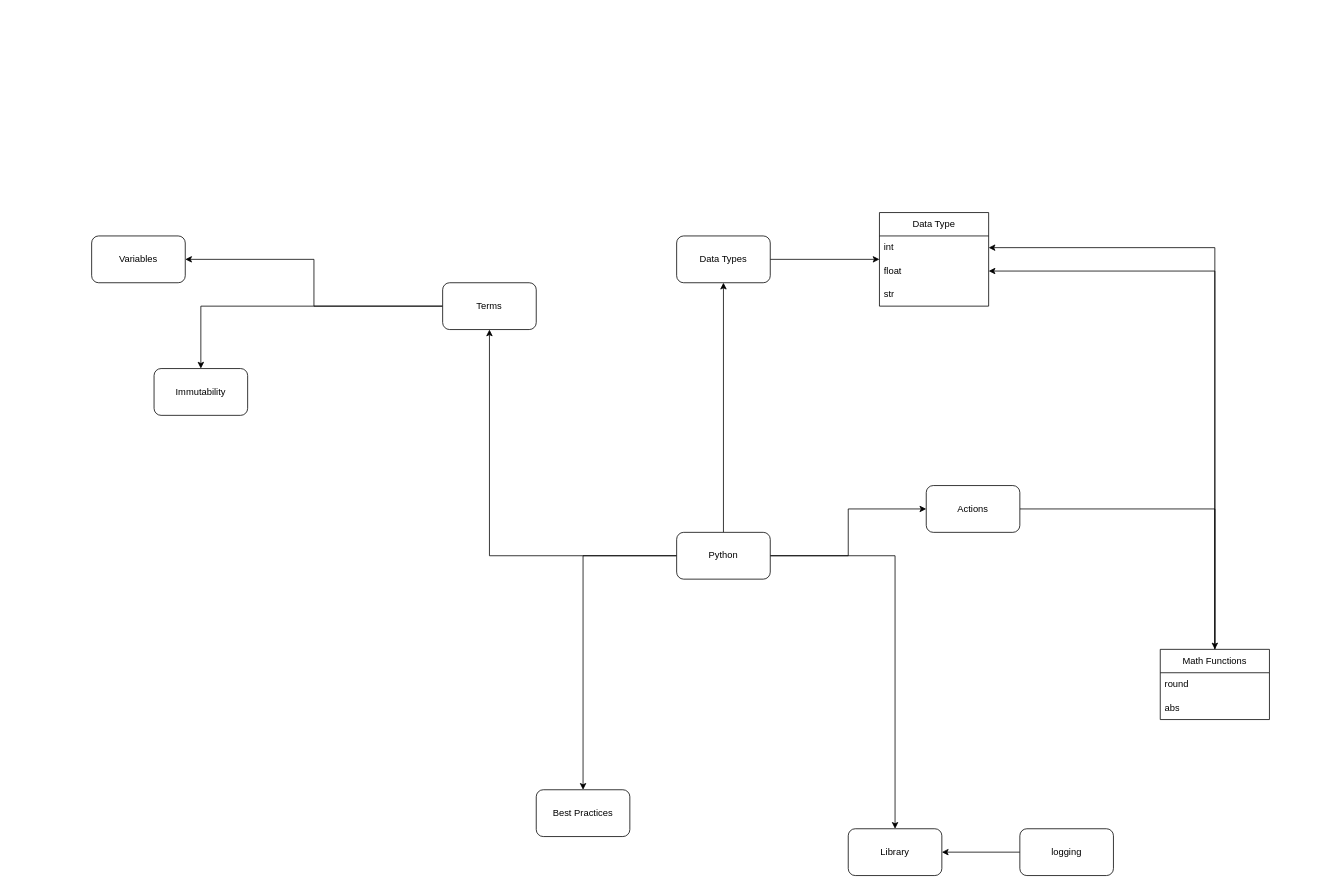
Earlier version of the draw.io diagram page "map" (2 of 2) of python/python.drawio (Mini-Pingu/math_physics). Source tidied: cells renumbered, new cells numbered last; positions are measured from the earlier drawing's top-left corner, leaving out a move shared by most shapes. Both pictures are drawn from the tidied source at 78%, with x=0, y=0 at pixel (91, 212).
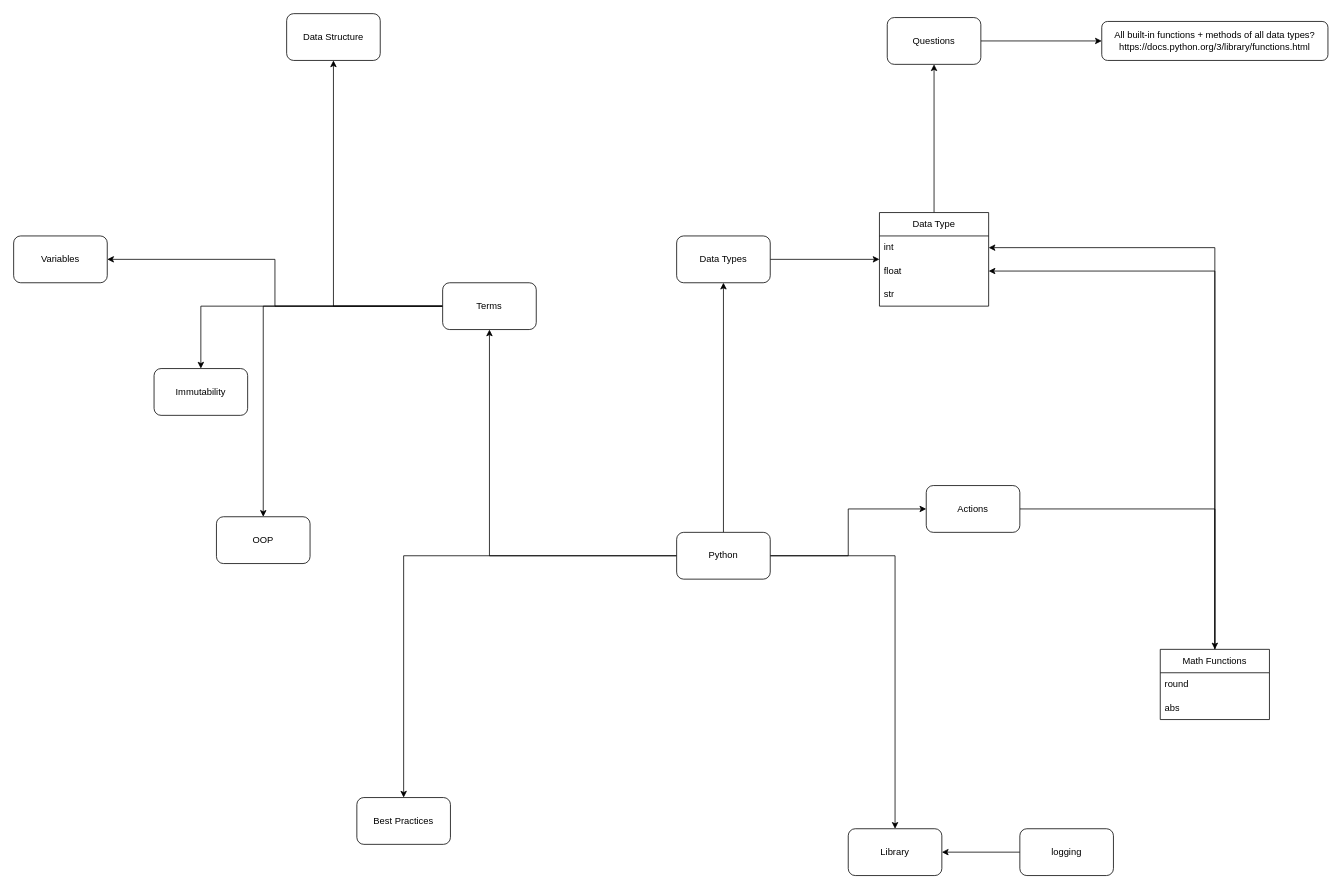
Above is the later version.

Commit message (it also covers changes not shown here):
update roadmap in dsa

The change refers to these unchanged cells:
```xml
<mxCell id="4" value="Terms" style="rounded=1;whiteSpace=wrap;html=1;" parent="1" vertex="1">
  <mxGeometry x="450" y="90" width="120" height="60" as="geometry" />
</mxCell>
<mxCell id="16" value="Data Type" style="swimlane;fontStyle=0;horizontal=1;startSize=30;whiteSpace=wrap;html=1;" parent="1" vertex="1">
  <mxGeometry x="1010" width="140" height="120" as="geometry" />
</mxCell>
```

What changed in the source:
```diff
@@
+    <mxCell id="30" style="edgeStyle=orthogonalEdgeStyle;rounded=0;jettySize=auto;html=1;" parent="1" edge="1" source="4" target="36">
+      <mxGeometry relative="1" as="geometry" />
+    </mxCell>
+    <mxCell id="31" style="edgeStyle=orthogonalEdgeStyle;rounded=0;jettySize=auto;html=1;" parent="1" edge="1" source="4" target="37">
+      <mxGeometry relative="1" as="geometry" />
+    </mxCell>
@@
     <mxCell id="9" value="Best Practices" style="rounded=1;whiteSpace=wrap;html=1;" parent="1" vertex="1">
-      <mxGeometry x="570" y="740" width="120" height="60" as="geometry" />
+      <mxGeometry x="340" y="750" width="120" height="60" as="geometry" />
     </mxCell>
@@
+    <mxCell id="32" style="edgeStyle=orthogonalEdgeStyle;rounded=0;jettySize=auto;html=1;" parent="1" edge="1" source="16" target="34">
+      <mxGeometry relative="1" as="geometry" />
+    </mxCell>
@@
     <mxCell id="25" value="Variables" style="rounded=1;whiteSpace=wrap;html=1;" parent="1" vertex="1">
-      <mxGeometry y="30" width="120" height="60" as="geometry" />
+      <mxGeometry x="-100" y="30" width="120" height="60" as="geometry" />
     </mxCell>
@@
+    <mxCell id="33" style="edgeStyle=orthogonalEdgeStyle;rounded=0;jettySize=auto;html=1;" parent="1" edge="1" source="34" target="35">
+      <mxGeometry relative="1" as="geometry" />
+    </mxCell>
+    <mxCell id="34" value="Questions" style="rounded=1;whiteSpace=wrap;html=1;" parent="1" vertex="1">
+      <mxGeometry x="1020" y="-250" width="120" height="60" as="geometry" />
+    </mxCell>
+    <mxCell id="35" value="All built-in functions + methods of all data types?&lt;br&gt;https://docs.python.org/3/library/functions.html" style="rounded=1;whiteSpace=wrap;html=1;" parent="1" vertex="1">
+      <mxGeometry x="1295" y="-245" width="290" height="50" as="geometry" />
+    </mxCell>
+    <mxCell id="36" value="OOP" style="rounded=1;whiteSpace=wrap;html=1;" parent="1" vertex="1">
+      <mxGeometry x="160" y="390" width="120" height="60" as="geometry" />
+    </mxCell>
+    <mxCell id="37" value="Data Structure" style="rounded=1;whiteSpace=wrap;html=1;" parent="1" vertex="1">
+      <mxGeometry x="250" y="-255" width="120" height="60" as="geometry" />
+    </mxCell>
```
